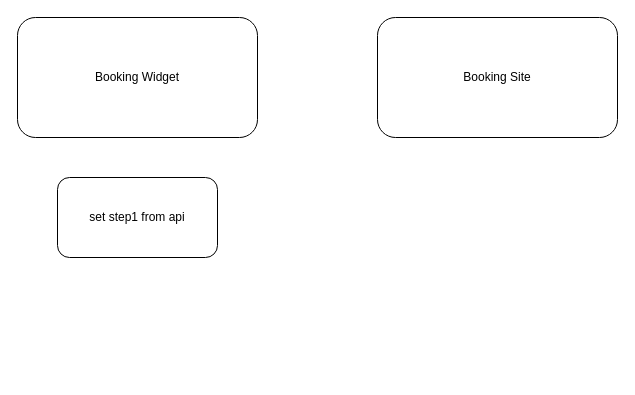
Before: Arctic Campers.drawio in eugenregehr/diagrams, a draw.io diagram. Source tidied: cells renumbered, new cells numbered last; positions are measured from the earlier drawing's top-left corner, leaving out a move shared by most shapes. Both pictures are drawn from the tidied source at 100%, with x=0, y=0 at pixel (17, 17).
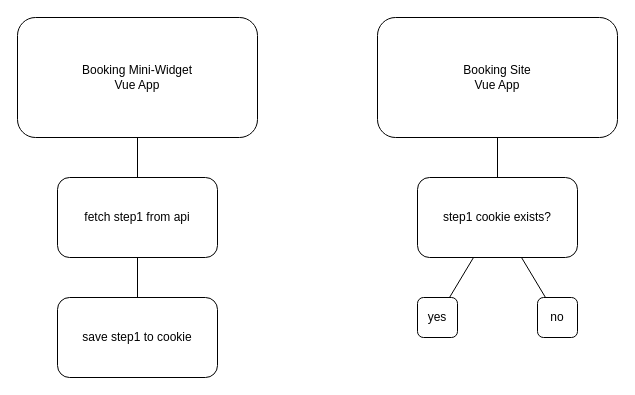
The same page after the edit.

Change to the diagram source:
```diff
@@
 <mxGraphModel>
   <root>
     <mxCell id="0" />
     <mxCell id="1" parent="0" />
+    <mxCell id="5" style="edgeStyle=none;rounded=0;jettySize=auto;html=1;endArrow=none;endFill=0;strokeColor=default;" parent="1" edge="1" source="2" target="4">
+      <mxGeometry relative="1" as="geometry" />
+    </mxCell>
-    <mxCell id="2" value="Booking Widget" style="rounded=1;whiteSpace=wrap;html=1;" parent="1" vertex="1">
+    <mxCell id="2" value="Booking Mini-Widget&lt;br&gt;Vue App" style="rounded=1;whiteSpace=wrap;html=1;" parent="1" vertex="1">
       <mxGeometry width="240" height="120" as="geometry" />
     </mxCell>
+    <mxCell id="6" style="edgeStyle=none;rounded=0;jettySize=auto;html=1;endArrow=none;endFill=0;strokeColor=default;" parent="1" edge="1" source="3" target="11">
+      <mxGeometry relative="1" as="geometry" />
+    </mxCell>
-    <mxCell id="3" value="Booking Site" style="rounded=1;whiteSpace=wrap;html=1;" parent="1" vertex="1">
+    <mxCell id="3" value="Booking Site&lt;br&gt;Vue App" style="rounded=1;whiteSpace=wrap;html=1;" parent="1" vertex="1">
       <mxGeometry x="360" width="240" height="120" as="geometry" />
     </mxCell>
+    <mxCell id="7" style="edgeStyle=none;rounded=0;jettySize=auto;html=1;endArrow=none;endFill=0;strokeColor=default;" parent="1" edge="1" source="4" target="8">
+      <mxGeometry relative="1" as="geometry" />
+    </mxCell>
-    <mxCell id="4" value="set step1 from api" style="rounded=1;whiteSpace=wrap;html=1;" parent="1" vertex="1">
+    <mxCell id="4" value="fetch step1 from api" style="rounded=1;whiteSpace=wrap;html=1;" parent="1" vertex="1">
       <mxGeometry x="40" y="160" width="160" height="80" as="geometry" />
     </mxCell>
+    <mxCell id="8" value="save step1 to cookie" style="rounded=1;whiteSpace=wrap;html=1;" parent="1" vertex="1">
+      <mxGeometry x="40" y="280" width="160" height="80" as="geometry" />
+    </mxCell>
+    <mxCell id="9" style="edgeStyle=none;rounded=0;jettySize=auto;html=1;endArrow=none;endFill=0;strokeColor=default;" parent="1" edge="1" source="11" target="12">
+      <mxGeometry relative="1" as="geometry" />
+    </mxCell>
+    <mxCell id="10" style="edgeStyle=none;rounded=0;jettySize=auto;html=1;endArrow=none;endFill=0;strokeColor=default;" parent="1" edge="1" source="11" target="13">
+      <mxGeometry relative="1" as="geometry" />
+    </mxCell>
+    <mxCell id="11" value="step1 cookie exists?" style="rounded=1;whiteSpace=wrap;html=1;" parent="1" vertex="1">
+      <mxGeometry x="400" y="160" width="160" height="80" as="geometry" />
+    </mxCell>
+    <mxCell id="12" value="yes" style="whiteSpace=wrap;html=1;rounded=1;" parent="1" vertex="1">
+      <mxGeometry x="400" y="280" width="40" height="40" as="geometry" />
+    </mxCell>
+    <mxCell id="13" value="no" style="whiteSpace=wrap;html=1;rounded=1;" parent="1" vertex="1">
+      <mxGeometry x="520" y="280" width="40" height="40" as="geometry" />
+    </mxCell>
   </root>
 </mxGraphModel>
```
